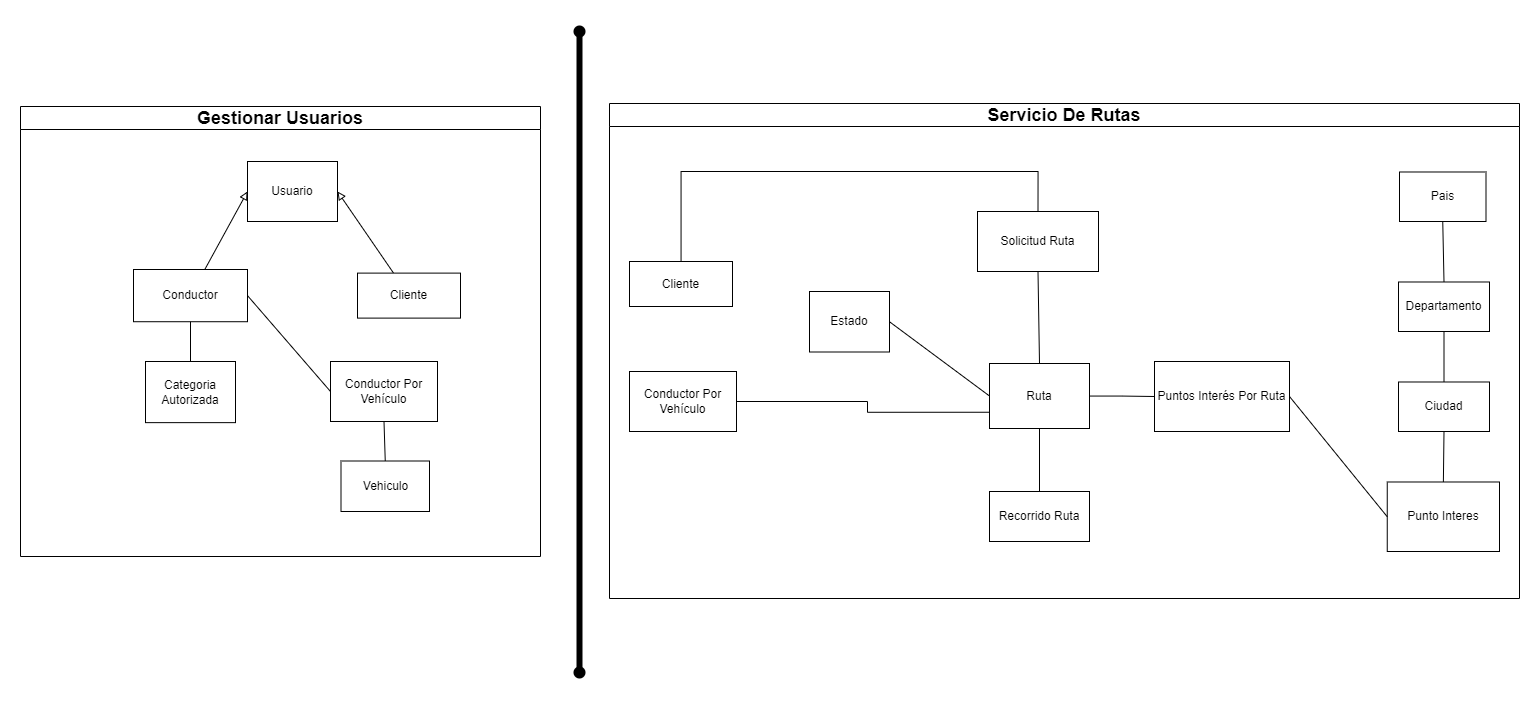
The draw.io diagram resource/DDD_Carpooling_UCO-DDD_Bounded_Context.drawio.png in F3liP3L/CarpoolingUCO-SoftwareIII-Documentacion, before a commit. Source tidied: cells renumbered, new cells last; positions are measured from the earlier drawing's top-left corner, leaving out a move shared by most shapes.
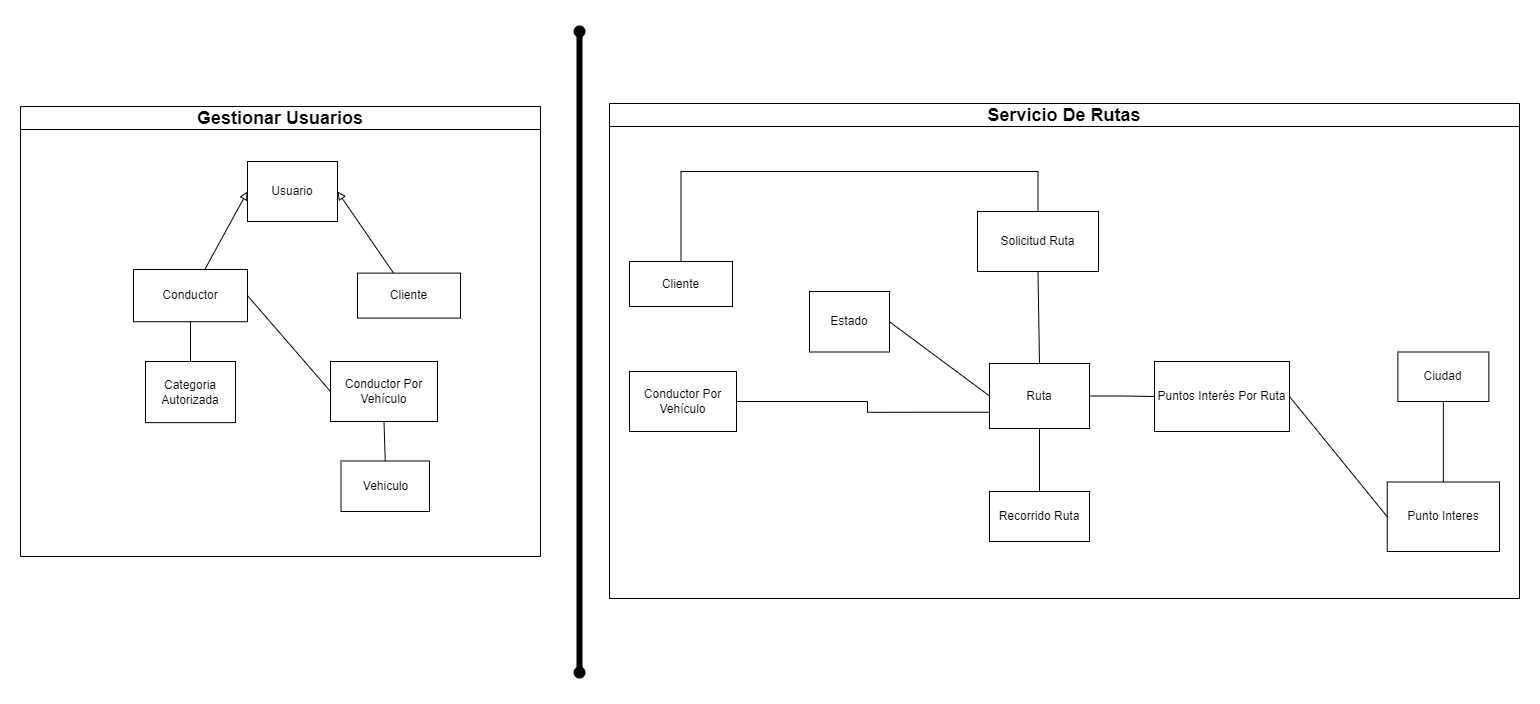
Later version of the same file.

Commit message:
update resource, change image DDD_Bounded_Context

The edit, as a diff of the source:
```diff
@@ -53,24 +53,9 @@
     <mxCell id="18" value="Recorrido Ruta" style="rounded=0;whiteSpace=wrap;html=1;" parent="1" vertex="1">
       <mxGeometry x="969" y="460" width="100" height="50" as="geometry" />
     </mxCell>
-    <mxCell id="19" value="Ciudad" style="rounded=0;whiteSpace=wrap;html=1;" parent="1" vertex="1">
-      <mxGeometry x="1378" y="350.5" width="91" height="49.5" as="geometry" />
-    </mxCell>
-    <mxCell id="20" value="Departamento" style="rounded=0;whiteSpace=wrap;html=1;" parent="1" vertex="1">
-      <mxGeometry x="1378" y="250.5" width="91" height="49.5" as="geometry" />
-    </mxCell>
-    <mxCell id="21" value="Pais" style="rounded=0;whiteSpace=wrap;html=1;" parent="1" vertex="1">
-      <mxGeometry x="1379" y="140.5" width="86.5" height="49.5" as="geometry" />
-    </mxCell>
     <mxCell id="22" style="endArrow=none;html=1;rounded=0;exitX=0.5;exitY=0;exitDx=0;exitDy=0;entryX=0.5;entryY=1;entryDx=0;entryDy=0;" parent="1" edge="1" source="14" target="19">
       <mxGeometry relative="1" as="geometry" />
     </mxCell>
-    <mxCell id="23" style="endArrow=none;html=1;rounded=0;exitX=0.5;exitY=0;exitDx=0;exitDy=0;entryX=0.5;entryY=1;entryDx=0;entryDy=0;" parent="1" edge="1" source="19" target="20">
-      <mxGeometry relative="1" as="geometry" />
-    </mxCell>
-    <mxCell id="24" style="endArrow=none;html=1;rounded=0;entryX=0.5;entryY=1;entryDx=0;entryDy=0;exitX=0.5;exitY=0;exitDx=0;exitDy=0;" parent="1" edge="1" source="20" target="21">
-      <mxGeometry relative="1" as="geometry" />
-    </mxCell>
     <mxCell id="25" value="Usuario" style="rounded=0;whiteSpace=wrap;html=1;" parent="1" vertex="1">
       <mxGeometry x="227" y="130" width="90" height="60" as="geometry" />
     </mxCell>
@@ -120,5 +105,8 @@
     <mxCell id="36" value="&lt;span style=&quot;font-size: 18px;&quot;&gt;Servicio De Rutas&lt;/span&gt;" style="swimlane;whiteSpace=wrap;html=1;" parent="1" vertex="1">
       <mxGeometry x="589" y="72" width="910" height="495" as="geometry" />
     </mxCell>
+    <mxCell id="19" value="Ciudad" style="rounded=0;whiteSpace=wrap;html=1;" parent="36" vertex="1">
+      <mxGeometry x="788.4" y="248.5" width="91" height="49.5" as="geometry" />
+    </mxCell>
   </root>
 </mxGraphModel>
```
